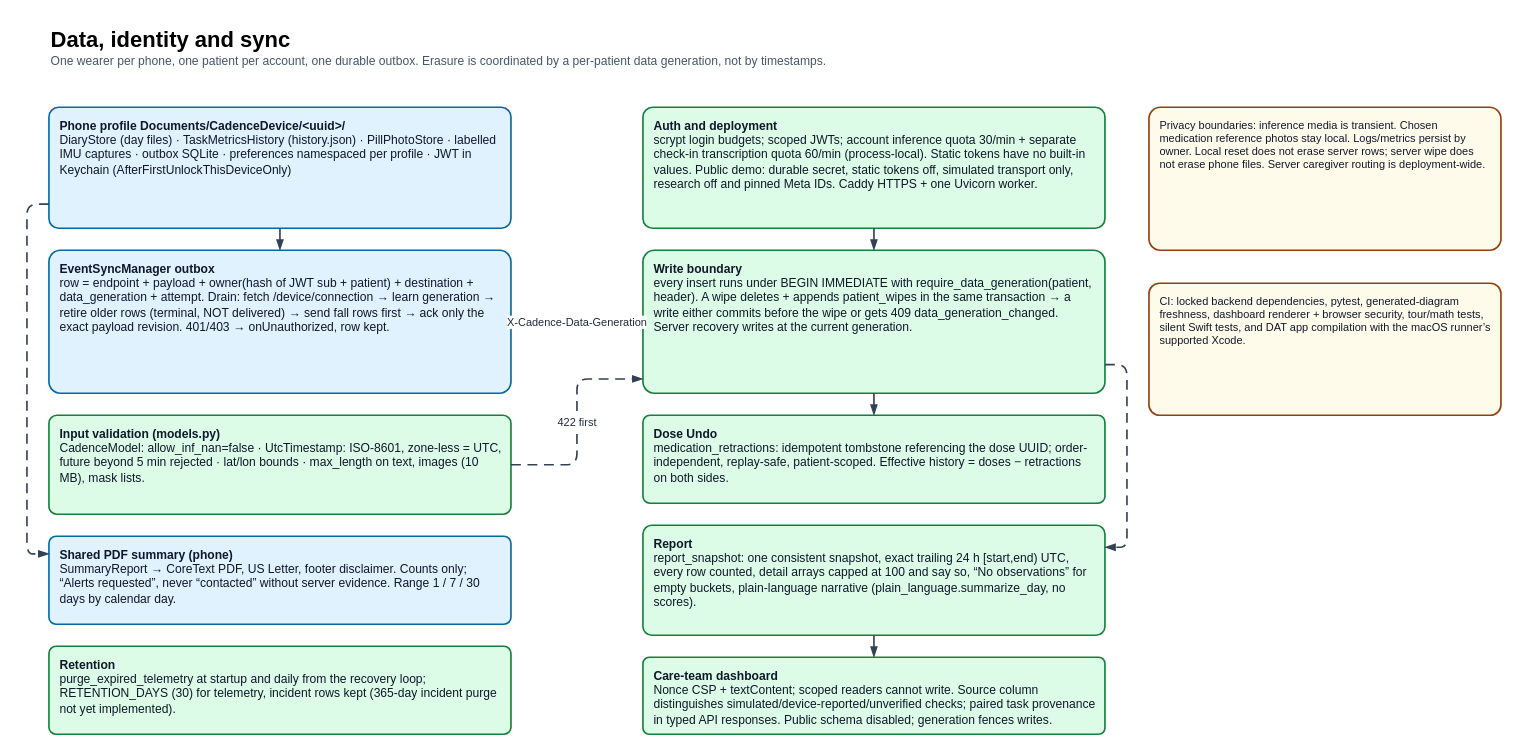
Above: page "4 Data and sync" (4 of 5) of docs/cadence_architecture.drawio in theloopsmith/Cadence (draw.io), before the change. Source tidied: cells renumbered, new cells numbered last; positions are measured from the earlier drawing's top-left corner, leaving out a move shared by most shapes. Both pictures are drawn from the tidied source at 110%, with x=0, y=0 at pixel (48, 19).
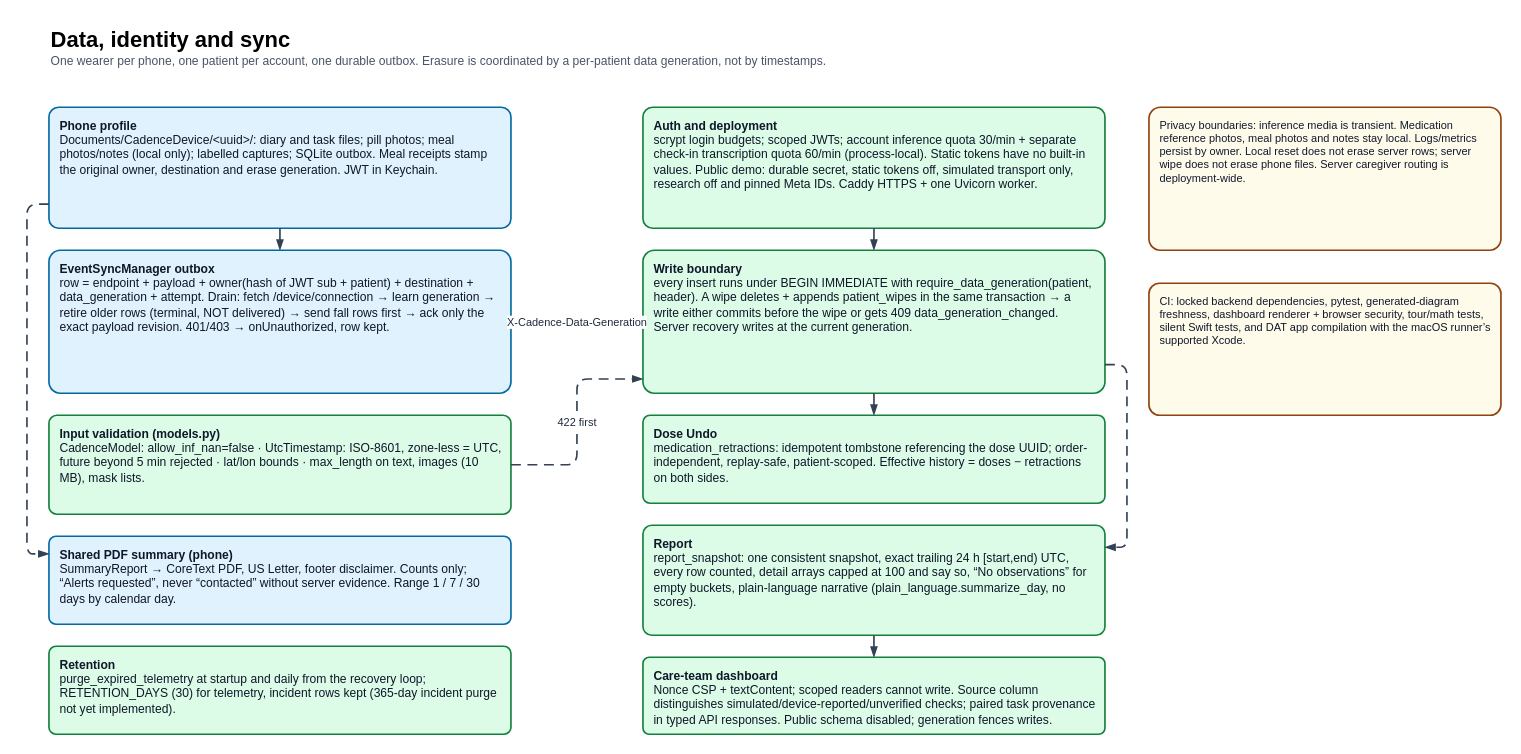
The same page after the edit.

The edit, as a diff of the source:
```diff
@@
-    <mxCell id="3" value="&lt;b&gt;Phone profile  Documents/CadenceDevice/&amp;lt;uuid&amp;gt;/&lt;/b&gt;&lt;br/&gt;DiaryStore (day files) · TaskMetricsHistory (history.json) · PillPhotoStore · labelled IMU captures · outbox SQLite · preferences namespaced per profile · JWT in Keychain (AfterFirstUnlockThisDeviceOnly)" style="rounded=1;arcSize=8;whiteSpace=wrap;html=1;fillColor=#E0F2FE;strokeColor=#0369A1;fontColor=#0F172A;fontSize=11;align=left;verticalAlign=top;spacingLeft=8;spacingRight=8;spacingTop=4;strokeWidth=1.5;" parent="1" vertex="1">
+    <mxCell id="3" value="&lt;b&gt;Phone profile&lt;/b&gt;&lt;br/&gt;Documents/CadenceDevice/&amp;lt;uuid&amp;gt;/: diary and task files; pill photos; meal photos/notes (local only); labelled captures; SQLite outbox. Meal receipts stamp the original owner, destination and erase generation. JWT in Keychain." style="rounded=1;arcSize=8;whiteSpace=wrap;html=1;fillColor=#E0F2FE;strokeColor=#0369A1;fontColor=#0F172A;fontSize=11;align=left;verticalAlign=top;spacingLeft=8;spacingRight=8;spacingTop=4;strokeWidth=1.5;" parent="1" vertex="1">
       <mxGeometry y="80" width="420" height="110" as="geometry" />
     </mxCell>
@@
-    <mxCell id="21" value="Privacy boundaries: inference media is transient. Chosen medication reference photos stay local. Logs/metrics persist by owner. Local reset does not erase server rows; server wipe does not erase phone files. Server caregiver routing is deployment-wide." style="rounded=1;arcSize=8;whiteSpace=wrap;html=1;fillColor=#FFFBEB;strokeColor=#92400E;fontColor=#0F172A;fontSize=10;align=left;verticalAlign=top;spacingLeft=8;spacingRight=8;spacingTop=4;strokeWidth=1.5;" parent="1" vertex="1">
+    <mxCell id="21" value="Privacy boundaries: inference media is transient. Medication reference photos, meal photos and notes stay local. Logs/metrics persist by owner. Local reset does not erase server rows; server wipe does not erase phone files. Server caregiver routing is deployment-wide." style="rounded=1;arcSize=8;whiteSpace=wrap;html=1;fillColor=#FFFBEB;strokeColor=#92400E;fontColor=#0F172A;fontSize=10;align=left;verticalAlign=top;spacingLeft=8;spacingRight=8;spacingTop=4;strokeWidth=1.5;" parent="1" vertex="1">
       <mxGeometry x="1000" y="80" width="320" height="130" as="geometry" />
     </mxCell>
```
